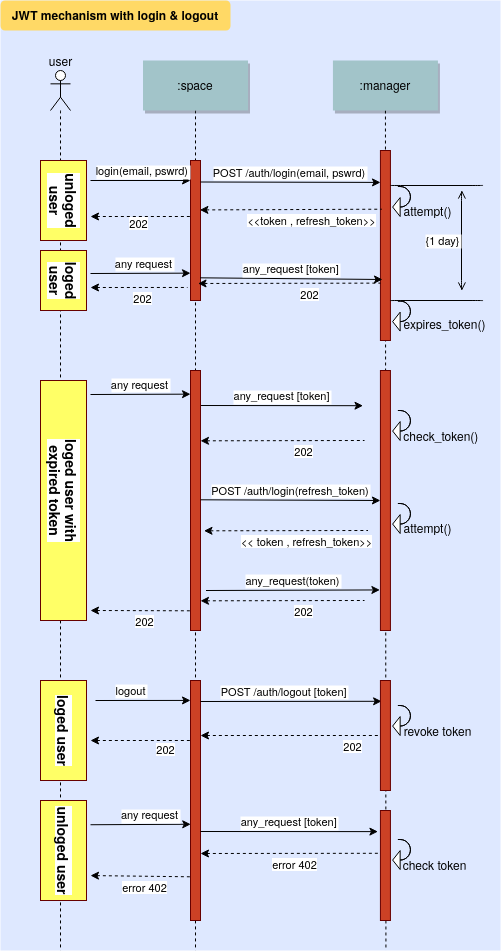
Earlier version of the draw.io export src/adonisjs/public/imgs/auth_sequence_flow.png (harena-lab/harena-manager). Source tidied: cells renumbered, new cells last; positions are measured from the earlier drawing's top-left corner, leaving out a move shared by most shapes.
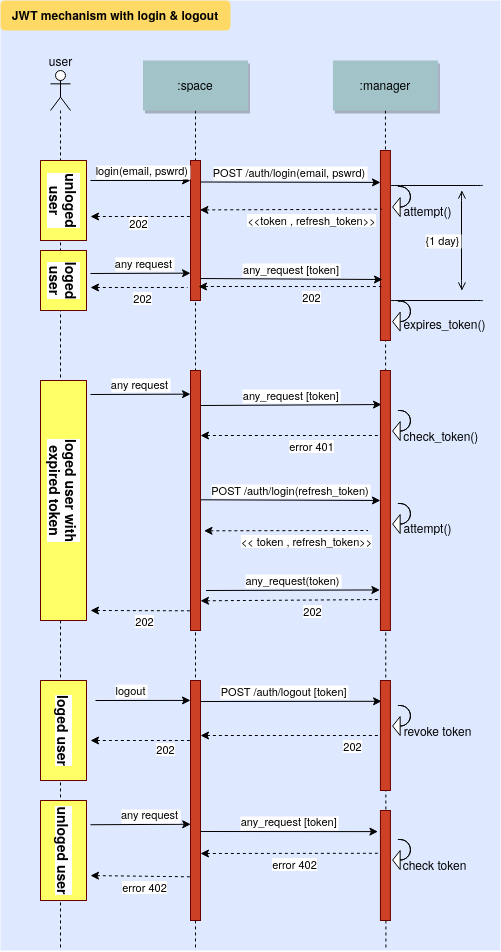
The same diagram one commit later.

Commit message:
refresh token partially working

Change to the diagram source:
```diff
@@ -179,19 +179,15 @@
         <mxPoint x="30" as="offset" />
       </mxGeometry>
     </mxCell>
-    <mxCell id="42" value="any_request [token]" style="edgeStyle=none;verticalLabelPosition=top;verticalAlign=bottom;entryX=-0.05;entryY=0.165;entryDx=0;entryDy=0;entryPerimeter=0;" parent="1" edge="1">
+    <mxCell id="42" value="any_request [token]" style="edgeStyle=none;verticalLabelPosition=top;verticalAlign=bottom;entryX=0.107;entryY=0.131;entryDx=0;entryDy=0;entryPerimeter=0;" parent="1" edge="1" target="81">
       <mxGeometry x="220.5" y="317.5" as="geometry">
         <mxPoint x="200.5" y="405" as="sourcePoint" />
-        <mxPoint x="362.5" y="405.2" as="targetPoint" />
       </mxGeometry>
     </mxCell>
-    <mxCell id="43" style="edgeStyle=none;verticalLabelPosition=top;verticalAlign=bottom;endArrow=none;startArrow=classic;dashed=1;entryX=0.15;entryY=0.276;entryDx=0;entryDy=0;entryPerimeter=0;" parent="1" edge="1">
-      <mxGeometry x="220" y="352.8" as="geometry">
-        <mxPoint x="200" y="440.3" as="sourcePoint" />
-        <mxPoint x="364" y="440" as="targetPoint" />
-      </mxGeometry>
+    <mxCell id="43" style="edgeStyle=none;verticalLabelPosition=top;verticalAlign=bottom;endArrow=none;startArrow=classic;dashed=1;entryX=0;entryY=0.25;entryDx=0;entryDy=0;exitX=1;exitY=0.25;exitDx=0;exitDy=0;" parent="1" edge="1" source="63" target="81">
+      <mxGeometry x="220" y="352.8" as="geometry" />
     </mxCell>
-    <mxCell id="44" value="202" style="edgeLabel;html=1;align=center;verticalAlign=middle;" parent="43" vertex="1">
+    <mxCell id="44" value="error 401" style="edgeLabel;html=1;align=center;verticalAlign=middle;" parent="43" vertex="1">
       <mxGeometry relative="1" as="geometry">
         <mxPoint x="20.4" y="10.4" as="offset" />
       </mxGeometry>
@@ -247,10 +243,8 @@
     <mxCell id="56" value="check token" style="text;html=1;align=center;verticalAlign=middle;" parent="1" vertex="1">
       <mxGeometry x="394.4" y="854" width="80" height="20" as="geometry" />
     </mxCell>
-    <mxCell id="57" value="any_request [token]" style="edgeStyle=none;verticalLabelPosition=top;verticalAlign=bottom;entryX=0.204;entryY=0.679;entryDx=0;entryDy=0;entryPerimeter=0;" parent="1" edge="1" target="14">
-      <mxGeometry x="219.5" y="189.8" as="geometry">
-        <mxPoint x="199.5" y="277.3" as="sourcePoint" />
-      </mxGeometry>
+    <mxCell id="57" value="any_request [token]" style="edgeStyle=none;verticalLabelPosition=top;verticalAlign=bottom;entryX=0.204;entryY=0.679;entryDx=0;entryDy=0;entryPerimeter=0;exitX=1;exitY=0.843;exitDx=0;exitDy=0;exitPerimeter=0;" parent="1" edge="1" source="11" target="14">
+      <mxGeometry x="219.5" y="189.8" as="geometry" />
     </mxCell>
     <mxCell id="58" style="edgeStyle=elbowEdgeStyle;elbow=vertical;endArrow=none;entryX=0.75;entryY=0.718;entryDx=0;entryDy=0;entryPerimeter=0;" parent="1" edge="1">
       <mxGeometry x="352.4" y="250.2" as="geometry">
@@ -258,9 +252,9 @@
         <mxPoint x="389.9" y="300.3" as="targetPoint" />
       </mxGeometry>
     </mxCell>
-    <mxCell id="59" style="edgeStyle=none;verticalLabelPosition=top;verticalAlign=bottom;endArrow=none;startArrow=classic;dashed=1;entryX=0.007;entryY=0.698;entryDx=0;entryDy=0;entryPerimeter=0;" parent="1" edge="1" target="14">
+    <mxCell id="59" style="edgeStyle=none;verticalLabelPosition=top;verticalAlign=bottom;endArrow=none;startArrow=classic;dashed=1;entryX=0.107;entryY=0.716;entryDx=0;entryDy=0;entryPerimeter=0;" parent="1" edge="1" target="14">
       <mxGeometry x="217.5" y="195.5" as="geometry">
-        <mxPoint x="197.5" y="283" as="sourcePoint" />
+        <mxPoint x="198" y="286" as="sourcePoint" />
       </mxGeometry>
     </mxCell>
     <mxCell id="60" value="202" style="edgeLabel;html=1;align=center;verticalAlign=middle;" parent="59" vertex="1">
@@ -303,10 +297,9 @@
         <mxPoint x="205.5" y="590" as="sourcePoint" />
       </mxGeometry>
     </mxCell>
-    <mxCell id="68" style="edgeStyle=none;verticalLabelPosition=top;verticalAlign=bottom;endArrow=none;startArrow=classic;dashed=1;entryX=0.15;entryY=0.276;entryDx=0;entryDy=0;entryPerimeter=0;" parent="1" edge="1">
+    <mxCell id="68" style="edgeStyle=none;verticalLabelPosition=top;verticalAlign=bottom;endArrow=none;startArrow=classic;dashed=1;entryX=0.107;entryY=0.881;entryDx=0;entryDy=0;entryPerimeter=0;" parent="1" edge="1" target="81">
       <mxGeometry x="220" y="512.8" as="geometry">
         <mxPoint x="200" y="600.3" as="sourcePoint" />
-        <mxPoint x="364" y="600" as="targetPoint" />
       </mxGeometry>
     </mxCell>
     <mxCell id="69" value="202" style="edgeLabel;html=1;align=center;verticalAlign=middle;" parent="68" vertex="1">
```
